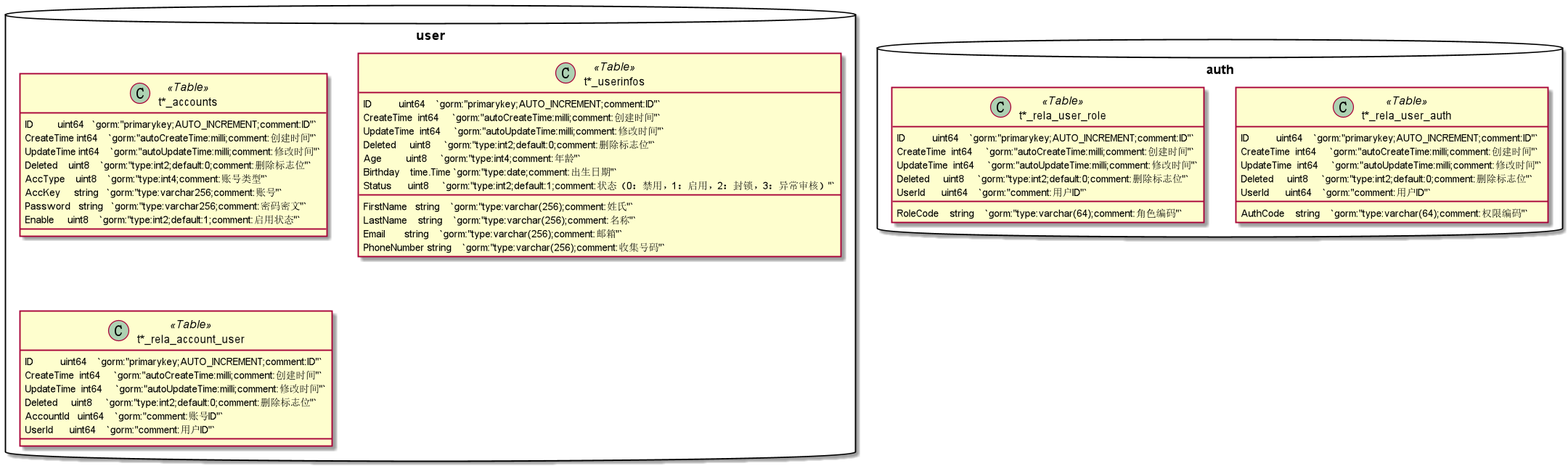
Above: doc/db.png in zhanjunjie2019/colago (PlantUML), before the change.
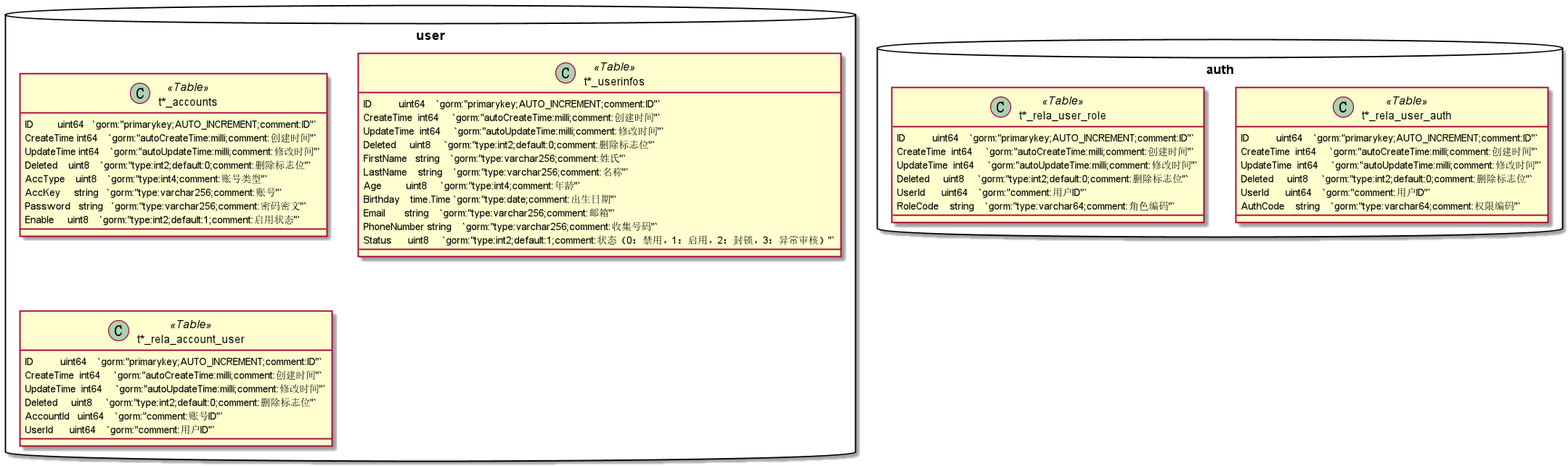
After the commit.

Commit message:
完善数据库模型设计

What changed in the source:
```diff
@@ -15,12 +15,12 @@
         CreateTime  int64     `gorm:"autoCreateTime:milli;comment:创建时间"`
         UpdateTime  int64     `gorm:"autoUpdateTime:milli;comment:修改时间"`
         Deleted     uint8     `gorm:"type:int2;default:0;comment:删除标志位"`
-        FirstName   string    `gorm:"type:varchar(256);comment:姓氏"`
-        LastName    string    `gorm:"type:varchar(256);comment:名称"`
+        FirstName   string    `gorm:"type:varchar256;comment:姓氏"`
+        LastName    string    `gorm:"type:varchar256;comment:名称"`
         Age         uint8     `gorm:"type:int4;comment:年龄"`
         Birthday    time.Time `gorm:"type:date;comment:出生日期"`
-        Email       string    `gorm:"type:varchar(256);comment:邮箱"`
-        PhoneNumber string    `gorm:"type:varchar(256);comment:收集号码"`
+        Email       string    `gorm:"type:varchar256;comment:邮箱"`
+        PhoneNumber string    `gorm:"type:varchar256;comment:收集号码"`
         Status      uint8     `gorm:"type:int2;default:1;comment:状态（0：禁用，1：启用，2：封锁，3：异常审核）"`
     }
     class t*_rela_account_user<<Table>> {
@@ -39,7 +39,7 @@
         UpdateTime  int64     `gorm:"autoUpdateTime:milli;comment:修改时间"`
         Deleted     uint8     `gorm:"type:int2;default:0;comment:删除标志位"`
         UserId      uint64    `gorm:"comment:用户ID"`
-        AuthCode    string    `gorm:"type:varchar(64);comment:权限编码"`
+        AuthCode    string    `gorm:"type:varchar64;comment:权限编码"`
     }
     class t*_rela_user_role<<Table>> {
         ID          uint64    `gorm:"primarykey;AUTO_INCREMENT;comment:ID"`
@@ -47,7 +47,7 @@
         UpdateTime  int64     `gorm:"autoUpdateTime:milli;comment:修改时间"`
         Deleted     uint8     `gorm:"type:int2;default:0;comment:删除标志位"`
         UserId      uint64    `gorm:"comment:用户ID"`
-        RoleCode    string    `gorm:"type:varchar(64);comment:角色编码"`
+        RoleCode    string    `gorm:"type:varchar64;comment:角色编码"`
     }
 }
 @enduml
```
